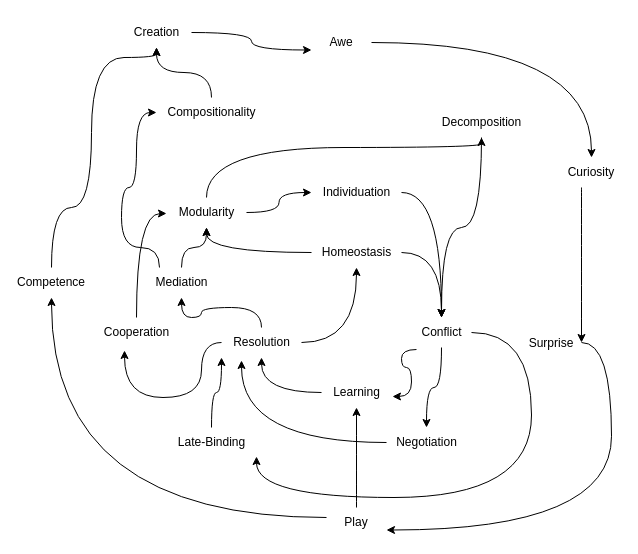
Above: knowing_cycles.drawio in codeaudit/1 (draw.io), before the change. Source tidied: cells renumbered, new cells numbered last; positions are measured from the earlier drawing's top-left corner, leaving out a move shared by most shapes. Both pictures are drawn from the tidied source at 100%, with x=0, y=0 at pixel (21, 17).
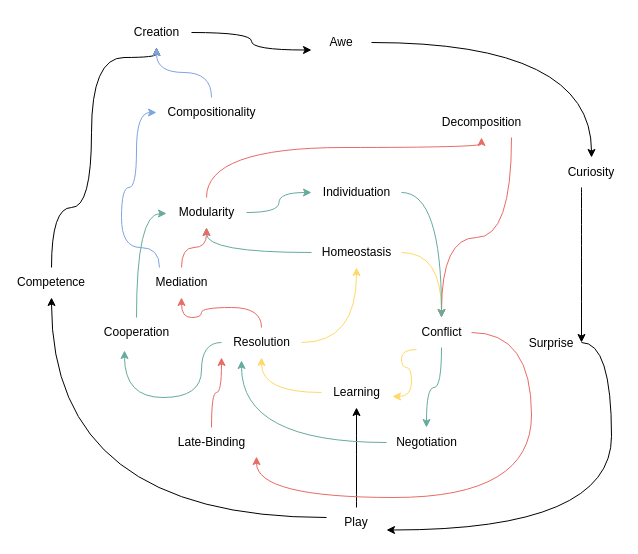
The same diagram, later.

The change refers to these unchanged cells:
```xml
<mxCell id="14" value="Creation" style="text;html=1;align=center;verticalAlign=middle;points=[];strokeColor=none;fillColor=none;" parent="1" vertex="1">
  <mxGeometry x="100" width="70" height="30" as="geometry" />
</mxCell>
<mxCell id="18" value="Conflict" style="text;html=1;align=center;verticalAlign=middle;points=[];strokeColor=none;fillColor=none;" parent="1" vertex="1">
  <mxGeometry x="390" y="300" width="60" height="30" as="geometry" />
</mxCell>
<mxCell id="20" value="Learning" style="text;html=1;align=center;verticalAlign=middle;points=[];strokeColor=none;fillColor=none;" parent="1" vertex="1">
  <mxGeometry x="300" y="360" width="70" height="30" as="geometry" />
</mxCell>
<mxCell id="24" value="Resolution" style="text;html=1;align=center;verticalAlign=middle;points=[];strokeColor=none;fillColor=none;" parent="1" vertex="1">
  <mxGeometry x="200" y="310" width="80" height="30" as="geometry" />
</mxCell>
<mxCell id="27" value="Homeostasis" style="text;html=1;align=center;verticalAlign=middle;points=[];strokeColor=none;fillColor=none;" parent="1" vertex="1">
  <mxGeometry x="290" y="220" width="90" height="30" as="geometry" />
</mxCell>
<mxCell id="30" value="Modularity" style="text;html=1;align=center;verticalAlign=middle;points=[];strokeColor=none;fillColor=none;" parent="1" vertex="1">
  <mxGeometry x="145" y="180" width="80" height="30" as="geometry" />
</mxCell>
<mxCell id="32" value="Compositionality" style="text;html=1;align=center;verticalAlign=middle;points=[];strokeColor=none;fillColor=none;" parent="1" vertex="1">
  <mxGeometry x="135" y="80" width="110" height="30" as="geometry" />
</mxCell>
<mxCell id="34" value="Decomposition" style="text;html=1;align=center;verticalAlign=middle;points=[];strokeColor=none;fillColor=none;" parent="1" vertex="1">
  <mxGeometry x="410" y="90" width="100" height="30" as="geometry" />
</mxCell>
<mxCell id="37" value="Late-Binding" style="text;html=1;align=center;verticalAlign=middle;points=[];strokeColor=none;fillColor=none;" parent="1" vertex="1">
  <mxGeometry x="145" y="410" width="90" height="30" as="geometry" />
</mxCell>
<mxCell id="39" value="Mediation" style="text;html=1;align=center;verticalAlign=middle;points=[];strokeColor=none;fillColor=none;rounded=0;" parent="1" vertex="1">
  <mxGeometry x="120" y="250" width="80" height="30" as="geometry" />
</mxCell>
<mxCell id="41" value="Individuation" style="text;html=1;align=center;verticalAlign=middle;points=[];strokeColor=none;fillColor=none;" parent="1" vertex="1">
  <mxGeometry x="290" y="160" width="90" height="30" as="geometry" />
</mxCell>
<mxCell id="43" value="Negotiation" style="text;html=1;align=center;verticalAlign=middle;points=[];strokeColor=none;fillColor=none;" parent="1" vertex="1">
  <mxGeometry x="365" y="410" width="80" height="30" as="geometry" />
</mxCell>
<mxCell id="45" value="Cooperation" style="text;html=1;align=center;verticalAlign=middle;points=[];strokeColor=none;fillColor=none;" parent="1" vertex="1">
  <mxGeometry x="70" y="300" width="90" height="30" as="geometry" />
</mxCell>
```

The edit, as a diff of the source:
```diff
@@
-    <mxCell id="15" style="edgeStyle=orthogonalEdgeStyle;curved=1;jettySize=auto;html=1;entryX=1.014;entryY=0.633;entryDx=0;entryDy=0;entryPerimeter=0;exitX=0.083;exitY=1.067;exitDx=0;exitDy=0;exitPerimeter=0;" parent="1" edge="1" source="18" target="20">
+    <mxCell id="15" style="edgeStyle=orthogonalEdgeStyle;curved=1;jettySize=auto;html=1;entryX=1.014;entryY=0.633;entryDx=0;entryDy=0;entryPerimeter=0;exitX=0.083;exitY=1.067;exitDx=0;exitDy=0;exitPerimeter=0;fillColor=#fff2cc;strokeColor=#FFD966;" parent="1" edge="1" source="18" target="20">
       <mxGeometry relative="1" as="geometry">
         <Array as="points">
           <mxPoint x="380" y="332" />
           <mxPoint x="380" y="350" />
           <mxPoint x="390" y="350" />
           <mxPoint x="390" y="379" />
         </Array>
       </mxGeometry>
     </mxCell>
-    <mxCell id="16" style="edgeStyle=orthogonalEdgeStyle;curved=1;jettySize=auto;html=1;" parent="1" edge="1" source="18" target="43">
+    <mxCell id="16" style="edgeStyle=orthogonalEdgeStyle;curved=1;jettySize=auto;html=1;strokeColor=#67AB9F;" parent="1" edge="1" source="18" target="43">
       <mxGeometry relative="1" as="geometry" />
     </mxCell>
-    <mxCell id="17" style="edgeStyle=orthogonalEdgeStyle;curved=1;jettySize=auto;html=1;entryX=1;entryY=0.967;entryDx=0;entryDy=0;entryPerimeter=0;" parent="1" edge="1" source="18" target="37">
+    <mxCell id="17" style="edgeStyle=orthogonalEdgeStyle;curved=1;jettySize=auto;html=1;entryX=1;entryY=0.967;entryDx=0;entryDy=0;entryPerimeter=0;strokeColor=#EA6B66;" parent="1" edge="1" source="18" target="37">
       <mxGeometry relative="1" as="geometry">
         <Array as="points">
           <mxPoint x="510" y="315" />
           <mxPoint x="510" y="480" />
           <mxPoint x="235" y="480" />
         </Array>
       </mxGeometry>
     </mxCell>
@@
-    <mxCell id="19" style="edgeStyle=orthogonalEdgeStyle;curved=1;jettySize=auto;html=1;" parent="1" edge="1" source="20" target="24">
+    <mxCell id="19" style="edgeStyle=orthogonalEdgeStyle;curved=1;jettySize=auto;html=1;strokeColor=#FFD966;" parent="1" edge="1" source="20" target="24">
       <mxGeometry relative="1" as="geometry" />
     </mxCell>
@@
-    <mxCell id="21" style="edgeStyle=orthogonalEdgeStyle;curved=1;jettySize=auto;html=1;" parent="1" edge="1" source="24" target="27">
+    <mxCell id="21" style="edgeStyle=orthogonalEdgeStyle;curved=1;jettySize=auto;html=1;strokeColor=#FFD966;" parent="1" edge="1" source="24" target="27">
       <mxGeometry relative="1" as="geometry" />
     </mxCell>
-    <mxCell id="22" style="edgeStyle=orthogonalEdgeStyle;curved=1;jettySize=auto;html=1;" parent="1" edge="1" source="24" target="39">
+    <mxCell id="22" style="edgeStyle=orthogonalEdgeStyle;curved=1;jettySize=auto;html=1;strokeColor=#EA6B66;" parent="1" edge="1" source="24" target="39">
       <mxGeometry relative="1" as="geometry" />
     </mxCell>
-    <mxCell id="23" style="edgeStyle=orthogonalEdgeStyle;curved=1;jettySize=auto;html=1;entryX=0.367;entryY=1.1;entryDx=0;entryDy=0;entryPerimeter=0;" parent="1" edge="1" source="24" target="45">
+    <mxCell id="23" style="edgeStyle=orthogonalEdgeStyle;curved=1;jettySize=auto;html=1;entryX=0.367;entryY=1.1;entryDx=0;entryDy=0;entryPerimeter=0;strokeColor=#67AB9F;" parent="1" edge="1" source="24" target="45">
       <mxGeometry relative="1" as="geometry">
         <Array as="points">
           <mxPoint x="180" y="325" />
           <mxPoint x="180" y="380" />
           <mxPoint x="103" y="380" />
         </Array>
       </mxGeometry>
     </mxCell>
@@
-    <mxCell id="25" style="edgeStyle=orthogonalEdgeStyle;curved=1;jettySize=auto;html=1;" parent="1" edge="1" source="27" target="18">
+    <mxCell id="25" style="edgeStyle=orthogonalEdgeStyle;curved=1;jettySize=auto;html=1;strokeColor=#FFD966;" parent="1" edge="1" source="27" target="18">
       <mxGeometry relative="1" as="geometry" />
     </mxCell>
-    <mxCell id="26" style="edgeStyle=orthogonalEdgeStyle;curved=1;jettySize=auto;html=1;" parent="1" edge="1" source="27" target="30">
+    <mxCell id="26" style="edgeStyle=orthogonalEdgeStyle;curved=1;jettySize=auto;html=1;strokeColor=#67AB9F;" parent="1" edge="1" source="27" target="30">
       <mxGeometry relative="1" as="geometry" />
     </mxCell>
@@
-    <mxCell id="28" style="edgeStyle=orthogonalEdgeStyle;curved=1;jettySize=auto;html=1;" parent="1" edge="1" source="39" target="32">
+    <mxCell id="28" style="edgeStyle=orthogonalEdgeStyle;curved=1;jettySize=auto;html=1;strokeColor=#7EA6E0;" parent="1" edge="1" source="39" target="32">
       <mxGeometry relative="1" as="geometry">
         <Array as="points">
           <mxPoint x="138" y="230" />
           <mxPoint x="100" y="230" />
           <mxPoint x="100" y="170" />
           <mxPoint x="115" y="170" />
           <mxPoint x="115" y="95" />
         </Array>
       </mxGeometry>
     </mxCell>
-    <mxCell id="29" style="edgeStyle=orthogonalEdgeStyle;curved=1;jettySize=auto;html=1;" parent="1" edge="1" source="30" target="41">
+    <mxCell id="29" style="edgeStyle=orthogonalEdgeStyle;curved=1;jettySize=auto;html=1;strokeColor=#67AB9F;" parent="1" edge="1" source="30" target="41">
       <mxGeometry relative="1" as="geometry" />
     </mxCell>
@@
-    <mxCell id="31" style="edgeStyle=orthogonalEdgeStyle;curved=1;jettySize=auto;html=1;" parent="1" edge="1" source="32" target="14">
+    <mxCell id="31" style="edgeStyle=orthogonalEdgeStyle;curved=1;jettySize=auto;html=1;strokeColor=#7EA6E0;" parent="1" edge="1" source="32" target="14">
       <mxGeometry relative="1" as="geometry" />
     </mxCell>
@@
-    <mxCell id="33" style="edgeStyle=orthogonalEdgeStyle;curved=1;jettySize=auto;html=1;" parent="1" edge="1" source="34" target="18">
-      <mxGeometry relative="1" as="geometry" />
+    <mxCell id="33" style="edgeStyle=orthogonalEdgeStyle;curved=1;jettySize=auto;html=1;strokeColor=#EA6B66;" parent="1" edge="1" source="34" target="18">
+      <mxGeometry relative="1" as="geometry">
+        <Array as="points">
+          <mxPoint x="490" y="220" />
+          <mxPoint x="420" y="220" />
+        </Array>
+      </mxGeometry>
     </mxCell>
@@
-    <mxCell id="35" style="edgeStyle=orthogonalEdgeStyle;curved=1;jettySize=auto;html=1;" parent="1" edge="1" source="30" target="34">
+    <mxCell id="35" style="edgeStyle=orthogonalEdgeStyle;curved=1;jettySize=auto;html=1;strokeColor=#EA6B66;" parent="1" edge="1" source="30" target="34">
       <mxGeometry relative="1" as="geometry">
         <Array as="points">
           <mxPoint x="185" y="130" />
           <mxPoint x="460" y="130" />
         </Array>
       </mxGeometry>
     </mxCell>
-    <mxCell id="36" style="edgeStyle=orthogonalEdgeStyle;curved=1;jettySize=auto;html=1;entryX=0;entryY=1;entryDx=0;entryDy=0;entryPerimeter=0;" parent="1" edge="1" source="37" target="24">
+    <mxCell id="36" style="edgeStyle=orthogonalEdgeStyle;curved=1;jettySize=auto;html=1;entryX=0;entryY=1;entryDx=0;entryDy=0;entryPerimeter=0;strokeColor=#EA6B66;" parent="1" edge="1" source="37" target="24">
       <mxGeometry relative="1" as="geometry" />
     </mxCell>
@@
-    <mxCell id="38" style="edgeStyle=orthogonalEdgeStyle;curved=1;jettySize=auto;html=1;" parent="1" edge="1" source="39" target="30">
+    <mxCell id="38" style="edgeStyle=orthogonalEdgeStyle;curved=1;jettySize=auto;html=1;strokeColor=#EA6B66;" parent="1" edge="1" source="39" target="30">
       <mxGeometry relative="1" as="geometry" />
     </mxCell>
@@
-    <mxCell id="40" style="edgeStyle=orthogonalEdgeStyle;curved=1;jettySize=auto;html=1;" parent="1" edge="1" source="41" target="18">
+    <mxCell id="40" style="edgeStyle=orthogonalEdgeStyle;curved=1;jettySize=auto;html=1;strokeColor=#67AB9F;" parent="1" edge="1" source="41" target="18">
       <mxGeometry relative="1" as="geometry" />
     </mxCell>
@@
-    <mxCell id="42" style="edgeStyle=orthogonalEdgeStyle;curved=1;jettySize=auto;html=1;entryX=0.25;entryY=1.1;entryDx=0;entryDy=0;entryPerimeter=0;" parent="1" edge="1" source="43" target="24">
+    <mxCell id="42" style="edgeStyle=orthogonalEdgeStyle;curved=1;jettySize=auto;html=1;entryX=0.25;entryY=1.1;entryDx=0;entryDy=0;entryPerimeter=0;strokeColor=#67AB9F;" parent="1" edge="1" source="43" target="24">
       <mxGeometry relative="1" as="geometry" />
     </mxCell>
@@
-    <mxCell id="44" style="edgeStyle=orthogonalEdgeStyle;curved=1;jettySize=auto;html=1;entryX=0;entryY=0.533;entryDx=0;entryDy=0;entryPerimeter=0;" parent="1" edge="1" source="45" target="30">
+    <mxCell id="44" style="edgeStyle=orthogonalEdgeStyle;curved=1;jettySize=auto;html=1;entryX=0;entryY=0.533;entryDx=0;entryDy=0;entryPerimeter=0;strokeColor=#67AB9F;" parent="1" edge="1" source="45" target="30">
       <mxGeometry relative="1" as="geometry" />
     </mxCell>
```
